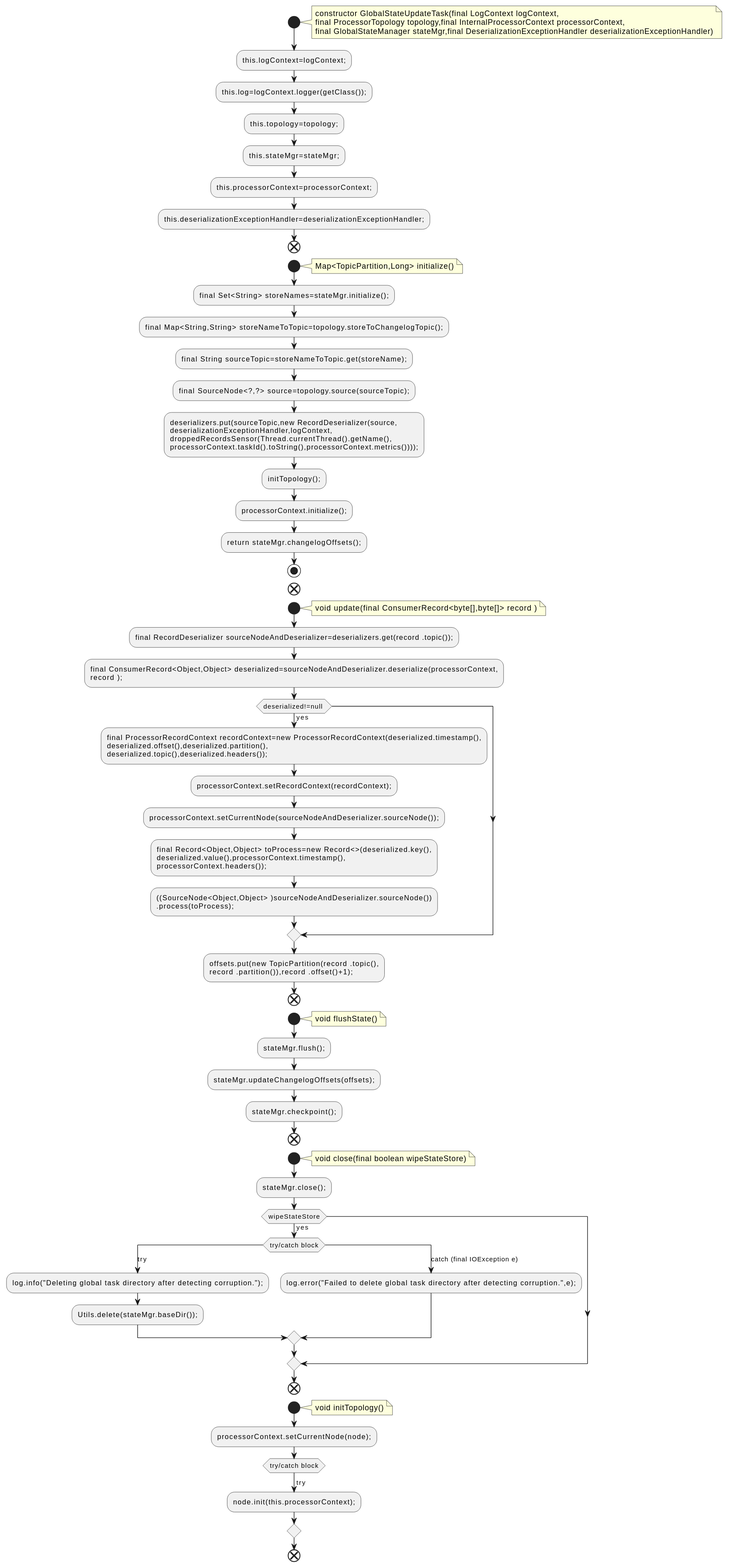
Earlier version of the PlantUML export docs/qc/streams/src/main/java/org/apache/kafka/streams/processor/internals/GlobalStateUpdateTask.java.fct.svg (qualitesys/kafka).
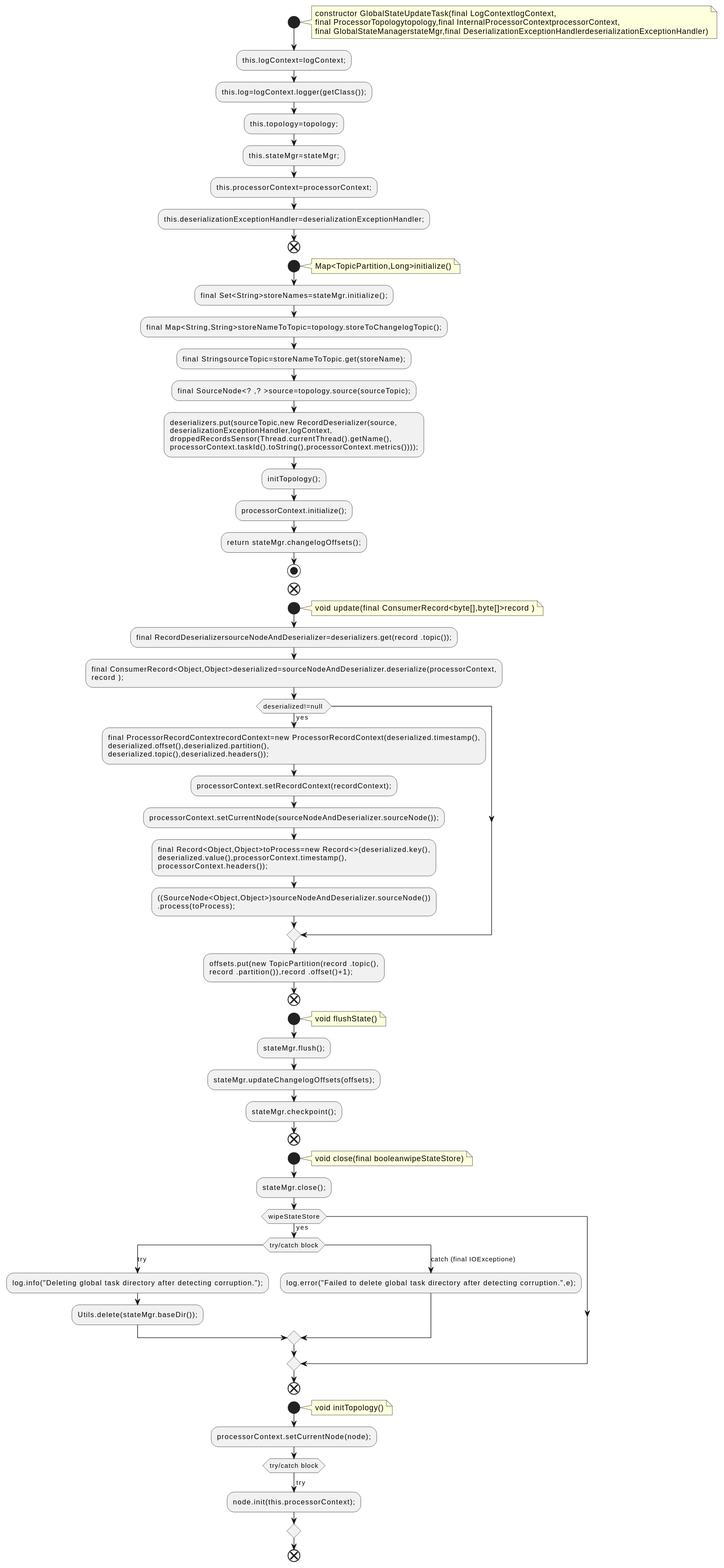
Above is the later version.

The edit, as a diff of the source:
```diff
@@ -2,9 +2,9 @@
 !pragma layout smetana
 start
 note right
-constructor GlobalStateUpdateTask(final LogContext logContext,
-final ProcessorTopology topology,final InternalProcessorContext processorContext,
-final GlobalStateManager stateMgr,final DeserializationExceptionHandler deserializationExceptionHandler)
+constructor GlobalStateUpdateTask(final LogContextlogContext,
+final ProcessorTopologytopology,final InternalProcessorContextprocessorContext,
+final GlobalStateManagerstateMgr,final DeserializationExceptionHandlerdeserializationExceptionHandler)
 end note
 :this.logContext=logContext;;
 :this.log=logContext.logger(getClass());;
@@ -15,12 +15,12 @@
 end
 start
 note right
-Map<TopicPartition,Long> initialize()
+Map<TopicPartition,Long>initialize()
 end note
-:final Set<String> storeNames=stateMgr.initialize();;
-:final Map<String,String> storeNameToTopic=topology.storeToChangelogTopic();;
-:final String sourceTopic=storeNameToTopic.get(storeName);;
-:final SourceNode<?,?> source=topology.source(sourceTopic);;
+:final Set<String>storeNames=stateMgr.initialize();;
+:final Map<String,String>storeNameToTopic=topology.storeToChangelogTopic();;
+:final StringsourceTopic=storeNameToTopic.get(storeName);;
+:final SourceNode<? ,? >source=topology.source(sourceTopic);;
 :deserializers.put(sourceTopic,new RecordDeserializer(source,
 deserializationExceptionHandler,logContext,
 droppedRecordsSensor(Thread.currentThread().getName(),
@@ -32,21 +32,21 @@
 end
 start
 note right
-void update(final ConsumerRecord<byte[],byte[]> record )
+void update(final ConsumerRecord<byte[],byte[]>record )
 end note
-:final RecordDeserializer sourceNodeAndDeserializer=deserializers.get(record .topic());;
-:final ConsumerRecord<Object,Object> deserialized=sourceNodeAndDeserializer.deserialize(processorContext,
+:final RecordDeserializersourceNodeAndDeserializer=deserializers.get(record .topic());;
+:final ConsumerRecord<Object,Object>deserialized=sourceNodeAndDeserializer.deserialize(processorContext,
 record );;
 if (deserialized!=null ) then (yes)
-:final ProcessorRecordContext recordContext=new ProcessorRecordContext(deserialized.timestamp(),
+:final ProcessorRecordContextrecordContext=new ProcessorRecordContext(deserialized.timestamp(),
 deserialized.offset(),deserialized.partition(),
 deserialized.topic(),deserialized.headers());;
 :processorContext.setRecordContext(recordContext);;
 :processorContext.setCurrentNode(sourceNodeAndDeserializer.sourceNode());;
-:final Record<Object,Object> toProcess=new Record<>(deserialized.key(),
+:final Record<Object,Object>toProcess=new Record<>(deserialized.key(),
 deserialized.value(),processorContext.timestamp(),
 processorContext.headers());;
-:((SourceNode<Object,Object> )sourceNodeAndDeserializer.sourceNode())
+:((SourceNode<Object,Object>)sourceNodeAndDeserializer.sourceNode())
 .process(toProcess);;
 endif
 :offsets.put(new TopicPartition(record .topic(),
@@ -62,7 +62,7 @@
 end
 start
 note right
-void close(final boolean wipeStateStore)
+void close(final booleanwipeStateStore)
 end note
 :stateMgr.close();;
 if (wipeStateStore) then (yes)
@@ -70,7 +70,7 @@
 case (try)
 :log.info("Deleting global task directory after detecting corruption.");;
 :Utils.delete(stateMgr.baseDir());;
-case (catch (final IOException e))
+case (catch (final IOExceptione))
 :log.error("Failed to delete global task directory after detecting corruption.",e);;
 endswitch
 endif
```
